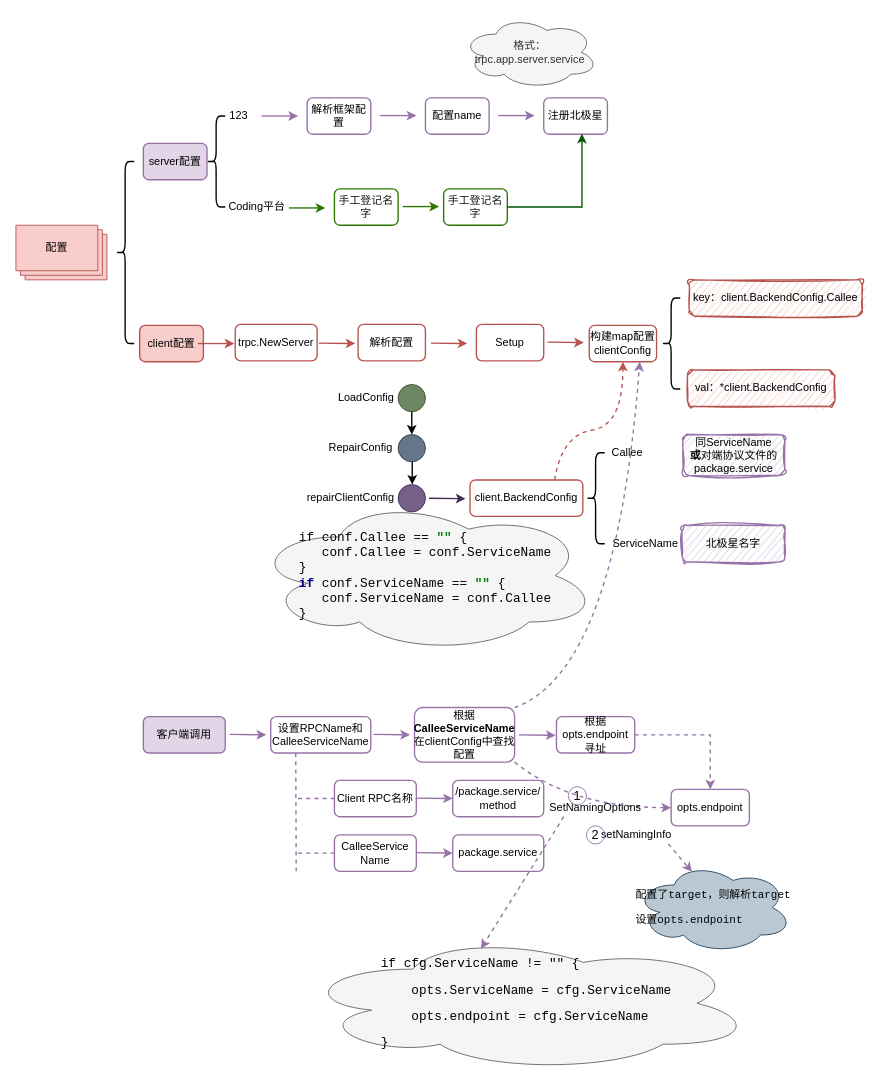
melonshell/draw.io keeps this draw.io diagram as base/trpc-go配置.drawio. Above is the earlier version. Source tidied: cells renumbered, new cells numbered last; positions are measured from the earlier drawing's top-left corner, leaving out a move shared by most shapes. Both pictures are drawn from the tidied source at 91%, with x=0, y=0 at pixel (15, 15).
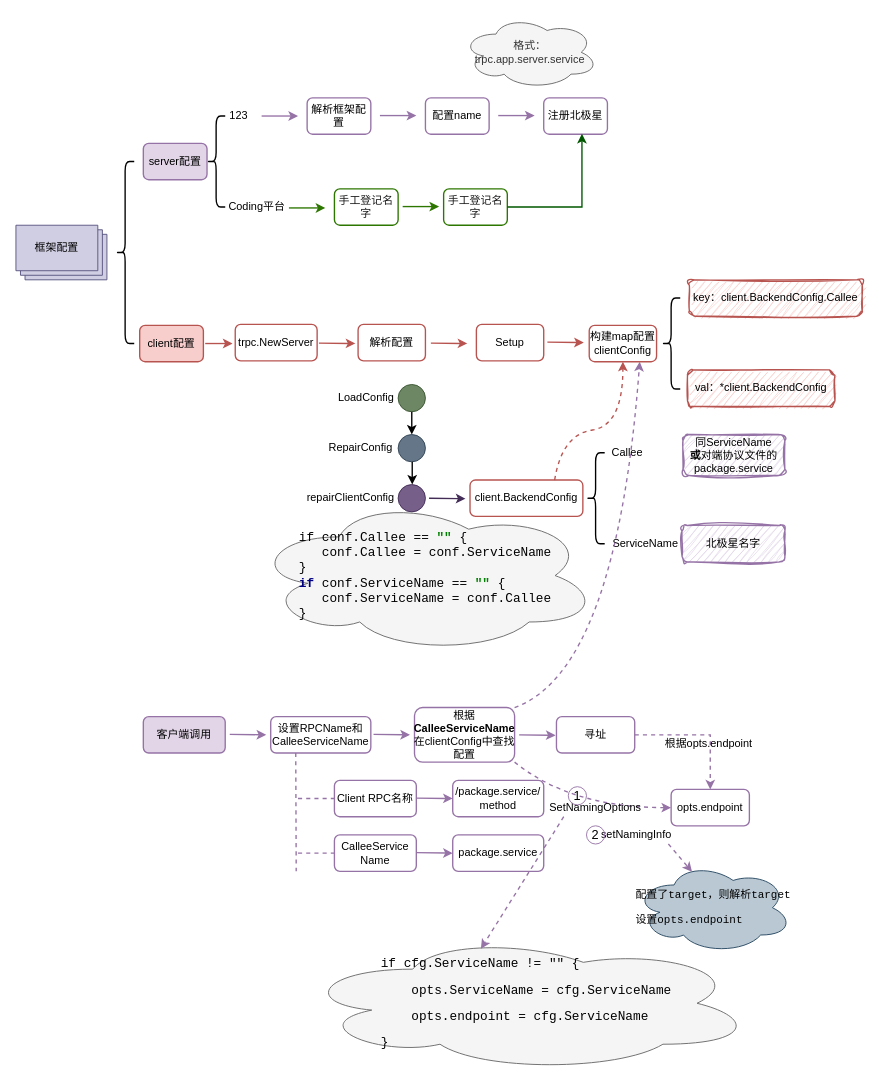
The same page after the edit.

The edit, as a diff of the source:
```diff
@@
-    <mxCell id="3" style="verticalLabelPosition=bottom;verticalAlign=top;html=1;shape=mxgraph.basic.layered_rect;dx=10;whiteSpace=wrap;fillColor=#f8cecc;strokeColor=#b85450;" parent="1" vertex="1">
+    <mxCell id="3" style="verticalLabelPosition=bottom;verticalAlign=top;html=1;shape=mxgraph.basic.layered_rect;dx=10;whiteSpace=wrap;fillColor=#d0cee2;strokeColor=#56517e;" parent="1" vertex="1">
       <mxGeometry y="230" width="100" height="60" as="geometry" />
     </mxCell>
-    <mxCell id="4" value="配置" style="rounded=0;whiteSpace=wrap;html=1;strokeWidth=1.5;fillColor=none;strokeColor=none;" parent="1" vertex="1">
+    <mxCell id="4" value="框架配置" style="rounded=0;whiteSpace=wrap;html=1;strokeWidth=1.5;fillColor=none;strokeColor=none;" parent="1" vertex="1">
       <mxGeometry x="10" y="235" width="70" height="40" as="geometry" />
     </mxCell>
@@
     <mxCell id="23" style="endArrow=classic;html=1;rounded=0;strokeWidth=1.5;fillColor=#f8cecc;strokeColor=#b85450;" parent="1" edge="1">
       <mxGeometry relative="1" as="geometry">
-        <mxPoint x="200" y="360" as="sourcePoint" />
-        <mxPoint x="240" y="360" as="targetPoint" />
+        <mxPoint x="208" y="360" as="sourcePoint" />
+        <mxPoint x="238" y="360" as="targetPoint" />
       </mxGeometry>
     </mxCell>
@@
-    <mxCell id="65" value="根据opts.endpoint寻址" style="rounded=1;whiteSpace=wrap;html=1;strokeWidth=1.5;fillColor=none;strokeColor=#9673a6;" parent="1" vertex="1">
+    <mxCell id="65" value="寻址" style="rounded=1;whiteSpace=wrap;html=1;strokeWidth=1.5;fillColor=none;strokeColor=#9673a6;" parent="1" vertex="1">
       <mxGeometry x="594" y="770" width="86" height="40" as="geometry" />
     </mxCell>
@@
+    <mxCell id="79" value="根据opts.endpoint" style="rounded=0;whiteSpace=wrap;html=1;strokeWidth=1.5;fillColor=none;strokeColor=none;" parent="1" vertex="1">
+      <mxGeometry x="707" y="780" width="109" height="40" as="geometry" />
+    </mxCell>
```
